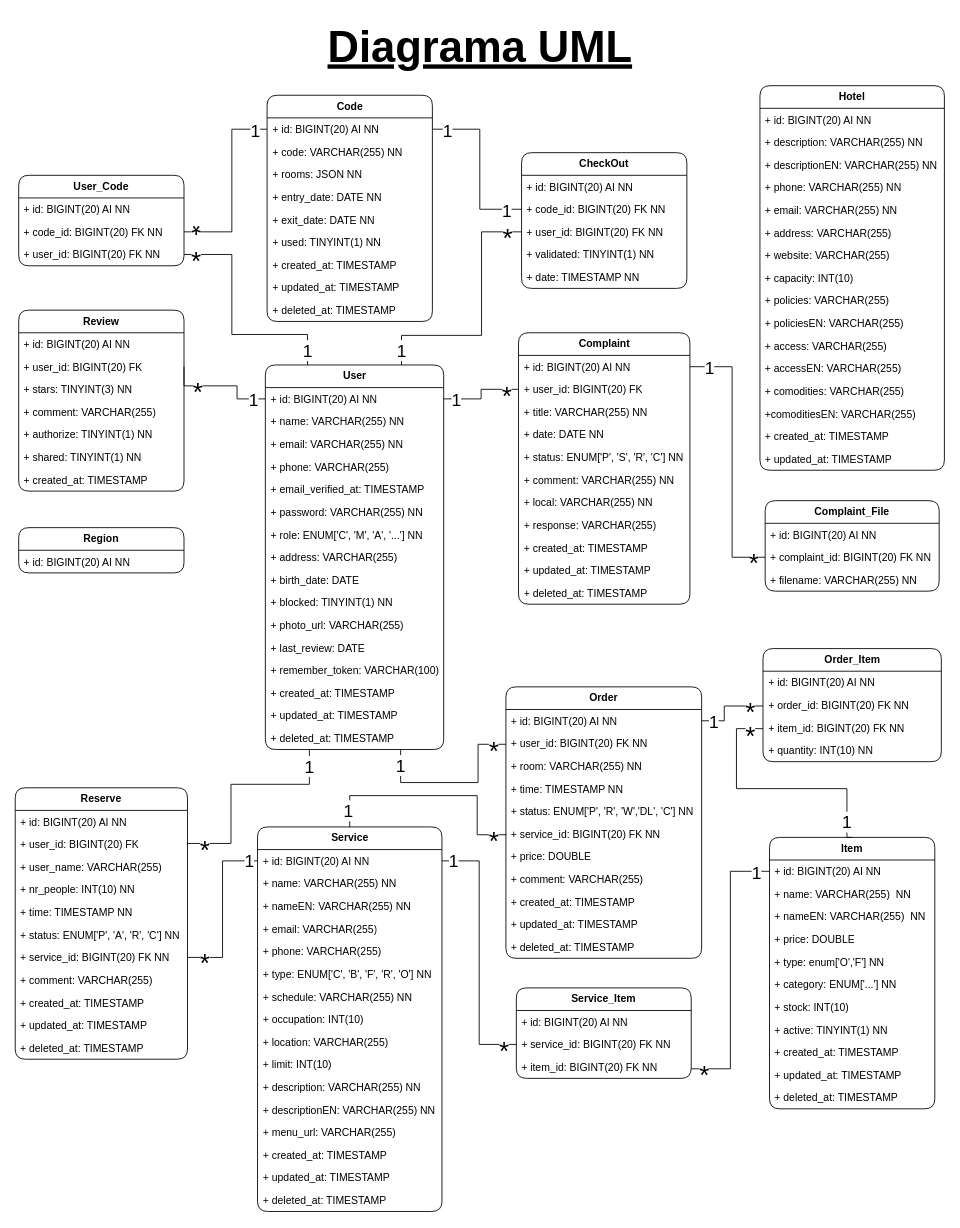
Before: page "Diagrama UML" (1 of 2) of HappyGuest.drawio in Happy-Guest/HG-Notes, a draw.io diagram. Source tidied: cells renumbered, new cells numbered last; positions are measured from the earlier drawing's top-left corner, leaving out a move shared by most shapes. Both pictures are drawn from the tidied source at 87%, with x=0, y=0 at pixel (15, 15).
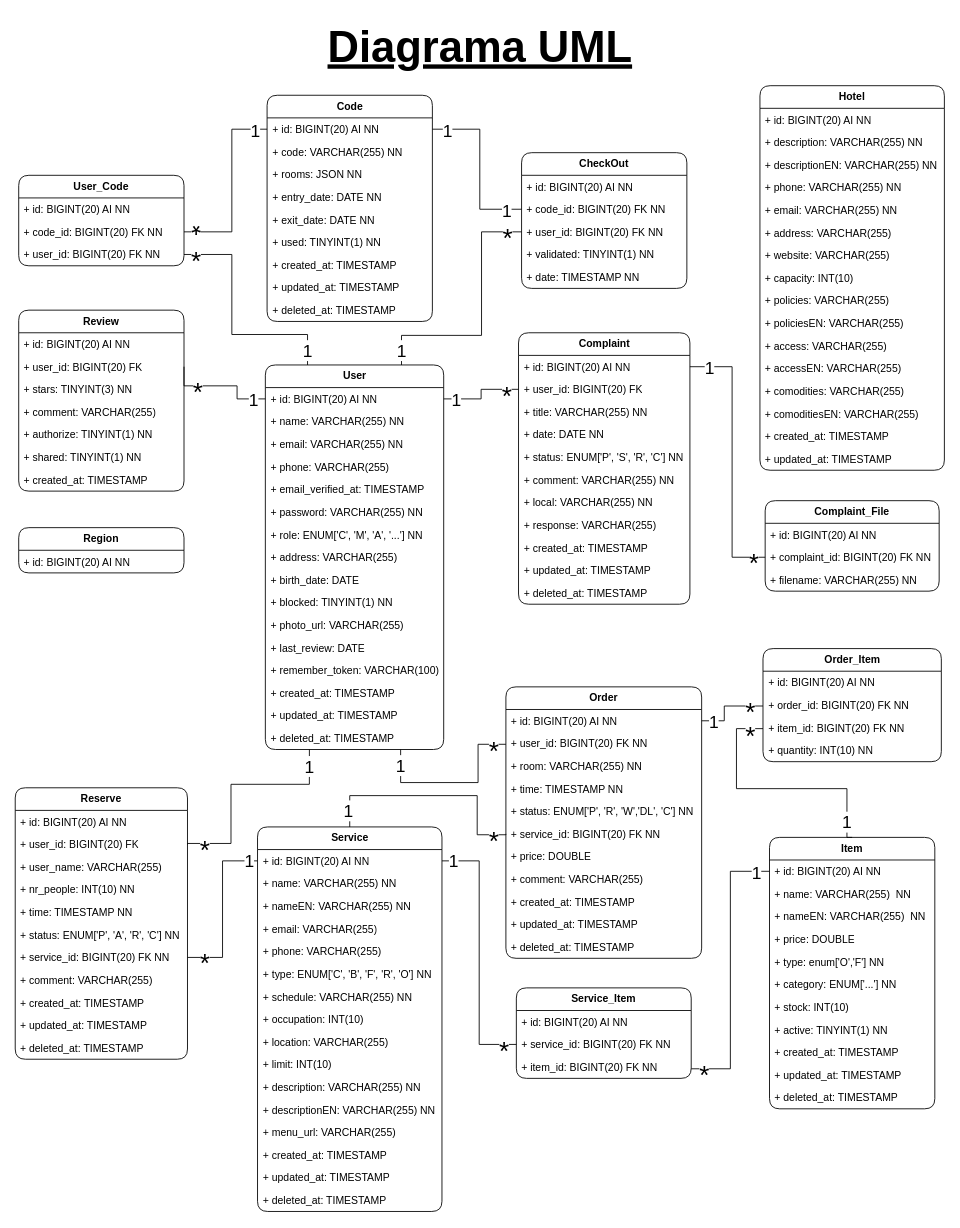
The same diagram, later.

Unchanged cells that the change refers to:
```xml
<mxCell id="146" value="&lt;b&gt;Hotel&lt;br&gt;&lt;/b&gt;" style="swimlane;fontStyle=0;horizontal=1;startSize=26;fillColor=none;whiteSpace=wrap;html=1;perimeterSpacing=0;rounded=1;" parent="1" vertex="1">
  <mxGeometry x="856" y="81" width="212" height="442" as="geometry" />
</mxCell>
```

Change to the diagram source:
```diff
@@
-    <mxCell id="160" value="+comoditiesEN: VARCHAR(255)" style="text;strokeColor=none;fillColor=none;align=left;verticalAlign=top;spacingLeft=4;spacingRight=4;overflow=hidden;whiteSpace=wrap;html=1;" parent="146" vertex="1">
+    <mxCell id="160" value="+ comoditiesEN: VARCHAR(255)" style="text;strokeColor=none;fillColor=none;align=left;verticalAlign=top;spacingLeft=4;spacingRight=4;overflow=hidden;whiteSpace=wrap;html=1;" parent="146" vertex="1">
       <mxGeometry y="364" width="212" height="26" as="geometry" />
     </mxCell>
```
